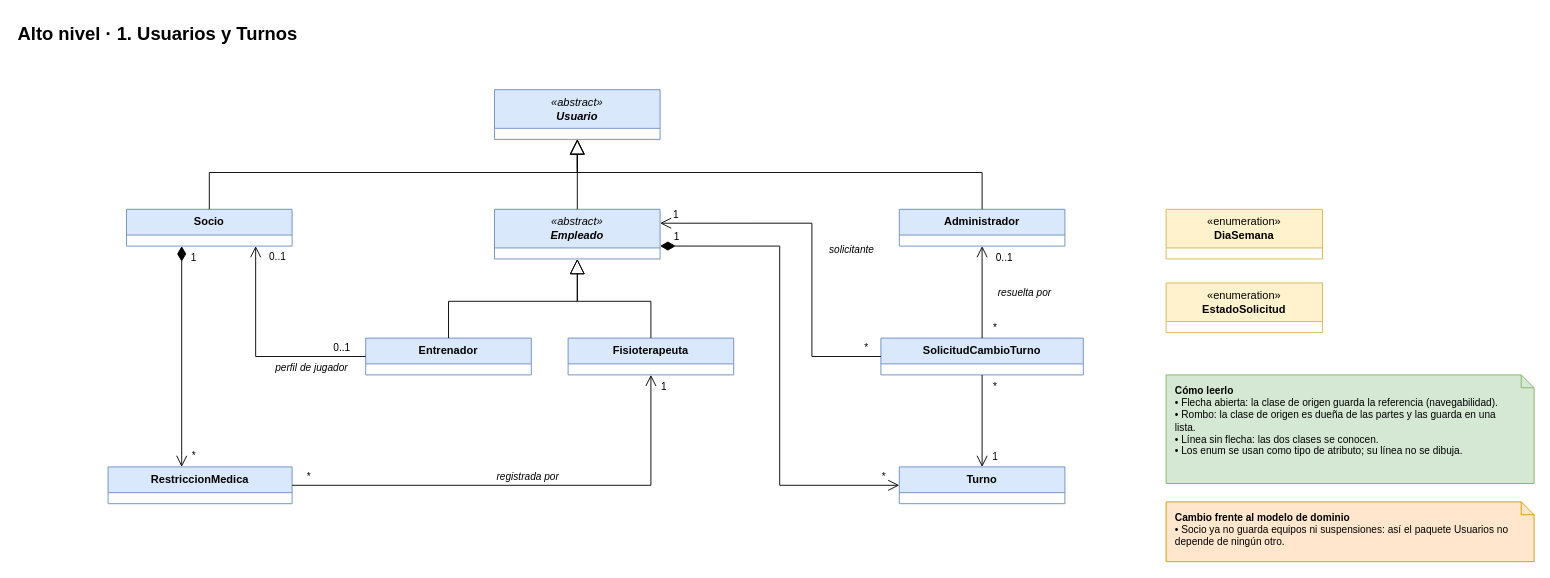
The draw.io diagram page "Alto nivel · 1. Usuarios" (4 of 11) of Entrega_2/recursos/DiagramasDiseno.drawio in NIK25PR/Proyecto-1, before the edit. Source tidied: cells renumbered, new cells numbered last; positions are measured from the earlier drawing's top-left corner, leaving out a move shared by most shapes. Both pictures are drawn from the tidied source at 92%, with x=0, y=0 at pixel (16, 16).
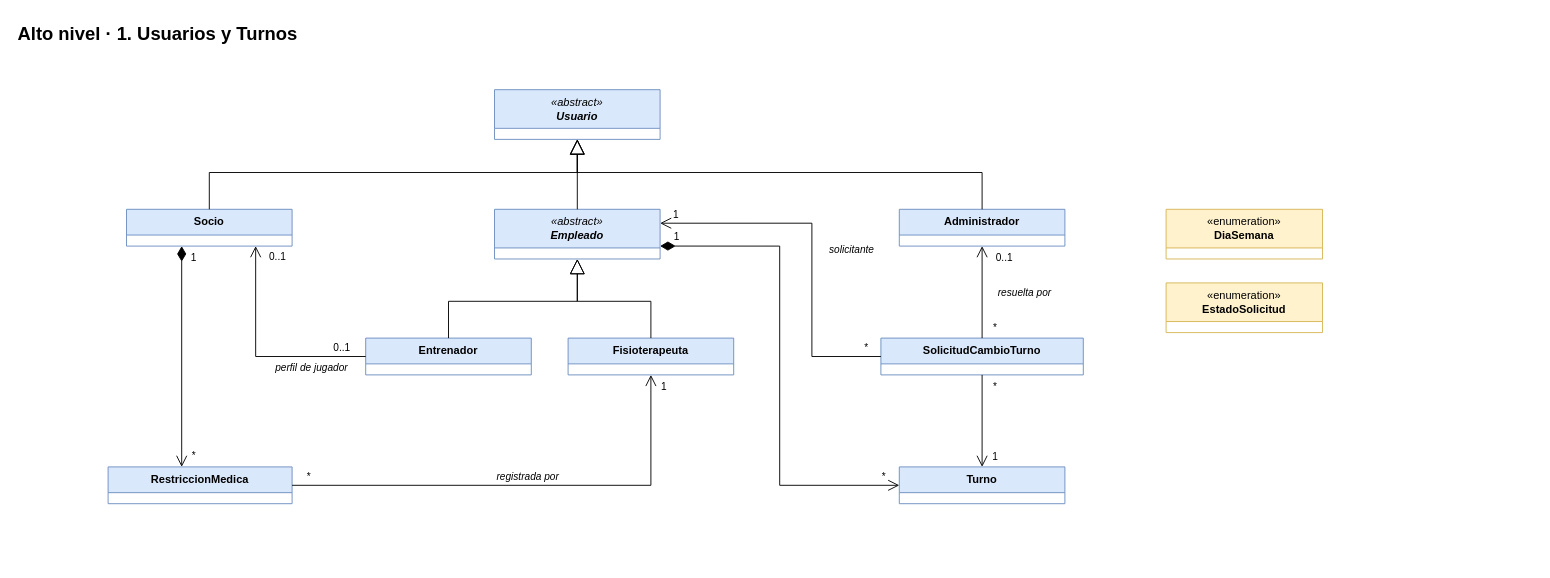
The same diagram, later.

The edit, as a diff of the source:
```diff
@@
-    <mxCell id="44" value="&lt;b&gt;Cómo leerlo&lt;/b&gt;&lt;br&gt;• Flecha abierta: la clase de origen guarda la referencia (navegabilidad).&lt;br&gt;• Rombo: la clase de origen es dueña de las partes y las guarda en una lista.&lt;br&gt;• Línea sin flecha: las dos clases se conocen.&lt;br&gt;• Los enum se usan como tipo de atributo; su línea no se dibuja." style="shape=note;whiteSpace=wrap;html=1;backgroundOutline=1;size=14;align=left;verticalAlign=top;spacingLeft=8;spacingTop=4;spacingRight=16;fontSize=11;fillColor=#d5e8d4;strokeColor=#82b366;" parent="1" vertex="1">
-      <mxGeometry x="1250" y="390" width="400" height="118" as="geometry" />
-    </mxCell>
-    <mxCell id="45" value="&lt;b&gt;Cambio frente al modelo de dominio&lt;/b&gt;&lt;br&gt;• Socio ya no guarda equipos ni suspensiones: así el paquete Usuarios no depende de ningún otro." style="shape=note;whiteSpace=wrap;html=1;backgroundOutline=1;size=14;align=left;verticalAlign=top;spacingLeft=8;spacingTop=4;spacingRight=16;fontSize=11;fillColor=#ffe6cc;strokeColor=#d79b00;" parent="1" vertex="1">
-      <mxGeometry x="1250" y="528" width="400" height="65" as="geometry" />
-    </mxCell>
```
